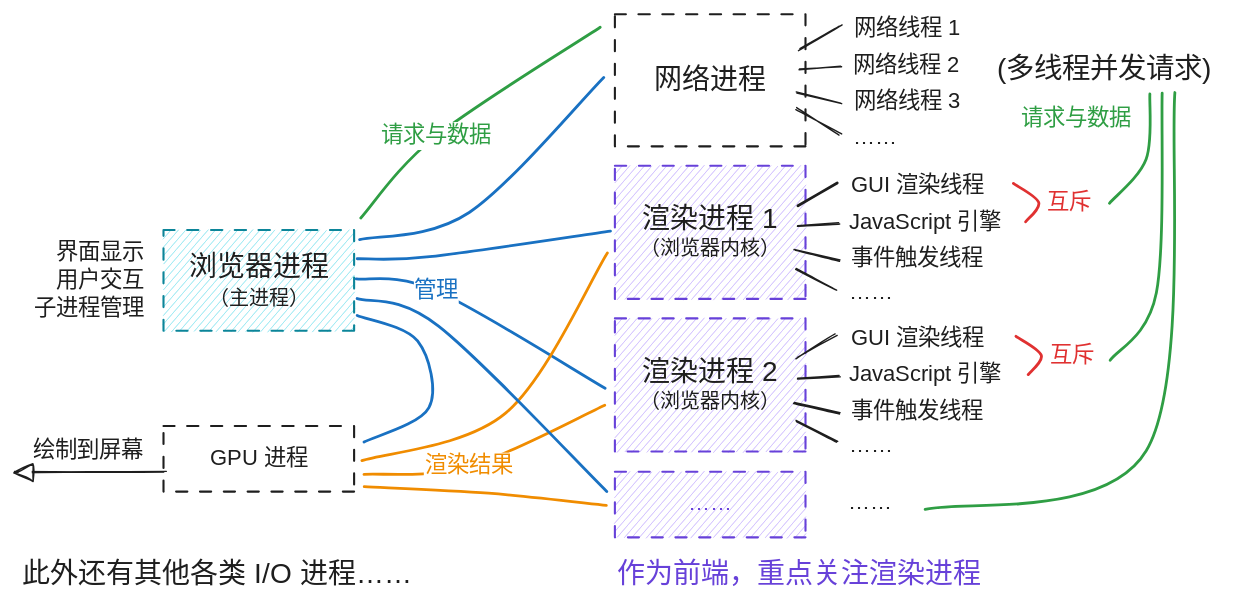
Before: 前端相关/浏览器原理/images/browser-process.svg, a diagram exported from Excalidraw (Linho1219/LinhoNotes). Source tidied: one line per element, renumbered; positions are measured from the earlier drawing's top-left corner, leaving out a move shared by most shapes. The source it was exported from:
```json
{"id": 0, "type": "rectangle", "strokeColor": "#0c8599", "backgroundColor": "#99e9f2", "fillStyle": "hachure", "strokeWidth": 1, "strokeStyle": "dashed", "roughness": 0, "x": 108, "y": 154, "width": 136, "height": 72}
{"id": 1, "type": "rectangle", "strokeColor": "#6741d9", "backgroundColor": "#d0bfff", "fillStyle": "hachure", "strokeWidth": 1, "strokeStyle": "dashed", "roughness": 0, "x": 430, "y": 217, "width": 136, "height": 95}
{"id": 2, "type": "rectangle", "strokeColor": "#6741d9", "backgroundColor": "#d0bfff", "fillStyle": "hachure", "strokeWidth": 1, "strokeStyle": "dashed", "roughness": 0, "x": 430, "y": 108, "width": 136, "height": 95}
{"id": 3, "type": "text", "text": "浏览器进程", "strokeColor": "#1e1e1e", "strokeWidth": 2, "strokeStyle": "dashed", "roughness": 0, "fontSize": 20, "fontFamily": 5, "textAlign": "center", "x": 126, "y": 169, "width": 100, "height": 25}
{"id": 4, "type": "text", "text": "网络进程", "strokeColor": "#1e1e1e", "strokeWidth": 2, "strokeStyle": "dashed", "roughness": 0, "fontSize": 20, "fontFamily": 5, "textAlign": "center", "x": 458, "y": 36, "width": 80, "height": 25}
{"id": 5, "type": "text", "text": "渲染进程 1", "strokeColor": "#1e1e1e", "strokeWidth": 2, "strokeStyle": "dashed", "roughness": 0, "fontSize": 20, "fontFamily": 5, "textAlign": "center", "x": 450, "y": 135, "width": 97, "height": 25}
{"id": 6, "type": "text", "text": "（主进程）", "strokeColor": "#1e1e1e", "strokeWidth": 2, "strokeStyle": "dashed", "roughness": 0, "fontSize": 14.29, "fontFamily": 5, "textAlign": "center", "x": 140, "y": 195, "width": 71, "height": 18}
{"id": 7, "type": "text", "text": "（浏览器内核）", "strokeColor": "#1e1e1e", "strokeWidth": 2, "strokeStyle": "dashed", "roughness": 0, "fontSize": 14.29, "fontFamily": 5, "textAlign": "center", "x": 448, "y": 160, "width": 100, "height": 18}
{"id": 8, "type": "rectangle", "strokeColor": "#1e1e1e", "strokeWidth": 1, "strokeStyle": "dashed", "roughness": 0, "x": 430, "y": 0, "width": 136, "height": 94}
{"id": 9, "type": "text", "text": "界面显示\n用户交互\n子进程管理", "strokeColor": "#1e1e1e", "strokeWidth": 1, "roughness": 1, "fontSize": 16, "fontFamily": 5, "textAlign": "right", "x": 13, "y": 161, "width": 80, "height": 60}
{"id": 10, "type": "text", "text": "网络线程 1", "strokeColor": "#1e1e1e", "strokeWidth": 1, "roughness": 1, "fontSize": 16, "fontFamily": 5, "x": 601, "y": 1, "width": 77, "height": 20}
{"id": 11, "type": "text", "text": "网络线程 2", "strokeColor": "#1e1e1e", "strokeWidth": 1, "roughness": 1, "fontSize": 16, "fontFamily": 5, "x": 600, "y": 27, "width": 82, "height": 20}
{"id": 12, "type": "text", "text": "网络线程 3", "strokeColor": "#1e1e1e", "strokeWidth": 1, "roughness": 1, "fontSize": 16, "fontFamily": 5, "x": 601, "y": 53, "width": 80, "height": 20}
{"id": 13, "type": "text", "text": "(多线程并发请求)", "strokeColor": "#1e1e1e", "strokeWidth": 1, "roughness": 1, "fontSize": 20.33, "fontFamily": 5, "x": 703, "y": 28, "width": 159, "height": 25}
{"id": 14, "type": "line", "strokeColor": "#1e1e1e", "strokeWidth": 1, "roughness": 1, "round": true, "x": 590, "y": 8, "width": 28, "height": 16, "points": [[0, 0], [-28, 16]]}
{"id": 15, "type": "line", "strokeColor": "#1e1e1e", "strokeWidth": 1, "roughness": 1, "round": true, "x": 592, "y": 37, "width": 30, "height": 2, "points": [[0, 0], [-30, 2]]}
{"id": 16, "type": "line", "strokeColor": "#1e1e1e", "strokeWidth": 1, "roughness": 1, "round": true, "x": 592, "y": 64, "width": 32, "height": 7, "points": [[0, 0], [-32, -7]]}
{"id": 17, "type": "text", "text": "GUI 渲染线程", "strokeColor": "#1e1e1e", "strokeWidth": 1, "roughness": 1, "fontSize": 16, "fontFamily": 5, "x": 599, "y": 113, "width": 103, "height": 20}
{"id": 18, "type": "text", "text": "JavaScript 引擎", "strokeColor": "#1e1e1e", "strokeWidth": 1, "roughness": 1, "fontSize": 16, "fontFamily": 5, "x": 597, "y": 139, "width": 120, "height": 20}
{"id": 19, "type": "text", "text": "事件触发线程", "strokeColor": "#1e1e1e", "strokeWidth": 1, "roughness": 1, "fontSize": 16, "fontFamily": 5, "x": 598, "y": 165, "width": 96, "height": 20}
{"id": 20, "type": "line", "strokeColor": "#1e1e1e", "strokeWidth": 2, "roughness": 0, "round": true, "x": 589, "y": 121, "width": 28, "height": 16, "points": [[0, 0], [-28, 16]]}
{"id": 21, "type": "line", "strokeColor": "#1e1e1e", "strokeWidth": 1, "roughness": 1, "round": true, "x": 590, "y": 149, "width": 30, "height": 2, "points": [[0, 0], [-30, 2]]}
{"id": 22, "type": "line", "strokeColor": "#1e1e1e", "strokeWidth": 1, "roughness": 1, "round": true, "x": 590, "y": 176, "width": 32, "height": 7, "points": [[0, 0], [-32, -7]]}
{"id": 23, "type": "line", "strokeColor": "#1e1e1e", "strokeWidth": 1, "roughness": 1, "round": true, "x": 591, "y": 86, "width": 31, "height": 19, "points": [[0, 0], [-31, -19]]}
{"id": 24, "type": "text", "text": "……", "strokeColor": "#1e1e1e", "strokeWidth": 1, "roughness": 1, "fontSize": 16, "fontFamily": 5, "x": 600, "y": 79, "width": 23, "height": 20}
{"id": 25, "type": "line", "strokeColor": "#1e1e1e", "strokeWidth": 1, "roughness": 1, "round": true, "x": 588, "y": 197, "width": 29, "height": 15, "points": [[0, 0], [-29, -15]]}
{"id": 26, "type": "text", "text": "……", "strokeColor": "#1e1e1e", "strokeWidth": 1, "roughness": 1, "fontSize": 16, "fontFamily": 5, "x": 597, "y": 190, "width": 23, "height": 20}
{"id": 27, "type": "text", "text": "渲染进程 2", "strokeColor": "#1e1e1e", "strokeWidth": 2, "strokeStyle": "dashed", "roughness": 0, "fontSize": 20, "fontFamily": 5, "textAlign": "center", "x": 447, "y": 244, "width": 102, "height": 25}
{"id": 28, "type": "text", "text": "（浏览器内核）", "strokeColor": "#1e1e1e", "strokeWidth": 2, "strokeStyle": "dashed", "roughness": 0, "fontSize": 14.29, "fontFamily": 5, "textAlign": "center", "x": 448, "y": 269, "width": 100, "height": 18}
{"id": 29, "type": "text", "text": "GUI 渲染线程", "strokeColor": "#1e1e1e", "strokeWidth": 1, "roughness": 1, "fontSize": 16, "fontFamily": 5, "x": 599, "y": 222, "width": 103, "height": 20}
{"id": 30, "type": "text", "text": "JavaScript 引擎", "strokeColor": "#1e1e1e", "strokeWidth": 1, "roughness": 1, "fontSize": 16, "fontFamily": 5, "x": 597, "y": 248, "width": 120, "height": 20}
{"id": 31, "type": "text", "text": "事件触发线程", "strokeColor": "#1e1e1e", "strokeWidth": 1, "roughness": 1, "fontSize": 16, "fontFamily": 5, "x": 598, "y": 274, "width": 96, "height": 20}
{"id": 32, "type": "line", "strokeColor": "#1e1e1e", "strokeWidth": 1, "roughness": 1, "round": true, "x": 589, "y": 230, "width": 28, "height": 16, "points": [[0, 0], [-28, 16]]}
{"id": 33, "type": "line", "strokeColor": "#1e1e1e", "strokeWidth": 1, "roughness": 1, "round": true, "x": 590, "y": 258, "width": 30, "height": 2, "points": [[0, 0], [-30, 2]]}
{"id": 34, "type": "line", "strokeColor": "#1e1e1e", "strokeWidth": 1, "roughness": 1, "round": true, "x": 590, "y": 285, "width": 32, "height": 7, "points": [[0, 0], [-32, -7]]}
{"id": 35, "type": "line", "strokeColor": "#1e1e1e", "strokeWidth": 1, "roughness": 1, "round": true, "x": 588, "y": 306, "width": 29, "height": 15, "points": [[0, 0], [-29, -15]]}
{"id": 36, "type": "text", "text": "……", "strokeColor": "#1e1e1e", "strokeWidth": 1, "roughness": 1, "fontSize": 16, "fontFamily": 5, "x": 597, "y": 299, "width": 23, "height": 20}
{"id": 37, "type": "arrow", "strokeColor": "#1971c2", "strokeWidth": 2, "roughness": 0, "round": true, "from": 0, "to": 2, "x": 246, "y": 175, "width": 181, "height": 20, "points": [[0, 0], [52, -1], [181, -20]]}
{"id": 38, "type": "arrow", "strokeColor": "#1971c2", "strokeWidth": 2, "roughness": 0, "round": true, "from": 0, "to": 1, "x": 245, "y": 189, "width": 178, "height": 78, "points": [[0, 0], [57, 9], [178, 78]]}
{"id": 39, "type": "text", "text": "管理", "strokeColor": "#1971c2", "strokeWidth": 2, "roughness": 0, "fontSize": 16, "fontFamily": 5, "textAlign": "center", "verticalAlign": "middle", "inside": 38, "x": 306, "y": 187, "width": 32, "height": 20}
{"id": 40, "type": "arrow", "strokeColor": "#1971c2", "strokeWidth": 2, "roughness": 0, "round": true, "from": 0, "to": 8, "x": 248, "y": 161, "width": 174, "height": 116, "points": [[0, 0], [78, -19], [174, -116]]}
{"id": 41, "type": "rectangle", "strokeColor": "#6741d9", "backgroundColor": "#d0bfff", "fillStyle": "hachure", "strokeWidth": 1, "strokeStyle": "dashed", "roughness": 0, "x": 430, "y": 327, "width": 136, "height": 47}
{"id": 42, "type": "text", "text": "……", "strokeColor": "#6741d9", "strokeWidth": 2, "roughness": 0, "fontSize": 16, "fontFamily": 5, "textAlign": "center", "verticalAlign": "middle", "inside": 41, "x": 487, "y": 340, "width": 23, "height": 20}
{"id": 43, "type": "rectangle", "strokeColor": "#1e1e1e", "strokeWidth": 1, "strokeStyle": "dashed", "roughness": 0, "x": 108, "y": 294, "width": 136, "height": 47}
{"id": 44, "type": "text", "text": "GPU 进程", "strokeColor": "#1e1e1e", "strokeWidth": 2, "roughness": 0, "fontSize": 16, "fontFamily": 5, "textAlign": "center", "verticalAlign": "middle", "inside": 43, "x": 139, "y": 308, "width": 74, "height": 20}
{"id": 45, "type": "line", "strokeColor": "#e03131", "strokeWidth": 2, "roughness": 0, "round": true, "x": 715, "y": 121, "width": 18, "height": 27, "points": [[0, 0], [18, 14], [9, 27]]}
{"id": 46, "type": "text", "text": "互斥", "strokeColor": "#e03131", "strokeWidth": 2, "roughness": 0, "fontSize": 16, "fontFamily": 5, "x": 739, "y": 125, "width": 32, "height": 20}
{"id": 47, "type": "line", "strokeColor": "#e03131", "strokeWidth": 2, "roughness": 0, "round": true, "x": 716, "y": 230, "width": 18, "height": 27, "points": [[0, 0], [18, 14], [9, 27]]}
{"id": 48, "type": "text", "text": "互斥", "strokeColor": "#e03131", "strokeWidth": 2, "roughness": 0, "fontSize": 16, "fontFamily": 5, "x": 741, "y": 234, "width": 32, "height": 20}
{"id": 49, "type": "arrow", "strokeColor": "#1971c2", "strokeWidth": 2, "roughness": 0, "round": true, "from": 0, "to": 43, "x": 246, "y": 215, "width": 51, "height": 90, "points": [[0, 0], [43, 18], [51, 66], [5, 90]]}
{"id": 50, "type": "line", "strokeColor": "#f08c00", "strokeWidth": 2, "roughness": 0, "round": true, "x": 425, "y": 171, "width": 175, "height": 148, "points": [[0, 0], [-72, 114], [-175, 148]]}
{"id": 51, "type": "line", "strokeColor": "#f08c00", "strokeWidth": 2, "roughness": 0, "round": true, "x": 251, "y": 337, "width": 173, "height": 13, "points": [[0, 0], [89, 5], [173, 13]]}
{"id": 52, "type": "arrow", "strokeColor": "#f08c00", "strokeWidth": 2, "roughness": 0, "round": true, "from": 1, "to": 43, "x": 423, "y": 279, "width": 172, "height": 49, "points": [[0, 0], [-97, 44], [-172, 49]]}
{"id": 53, "type": "text", "text": "渲染结果", "strokeColor": "#f08c00", "strokeWidth": 2, "roughness": 0, "fontSize": 16, "fontFamily": 5, "textAlign": "center", "verticalAlign": "middle", "inside": 52, "x": 293, "y": 332, "width": 64, "height": 20}
{"id": 54, "type": "arrow", "strokeColor": "#1971c2", "strokeWidth": 2, "roughness": 0, "round": true, "from": 0, "to": 41, "x": 246, "y": 203, "width": 178, "height": 138, "points": [[0, 0], [58, 20], [178, 138]]}
{"id": 55, "type": "arrow", "strokeColor": "#2f9e44", "strokeWidth": 2, "roughness": 0, "round": true, "from": 46, "to": 13, "x": 783, "y": 135, "width": 29, "height": 78, "points": [[0, 0], [26, -31], [29, -78]]}
{"id": 56, "type": "arrow", "strokeColor": "#2f9e44", "strokeWidth": 2, "roughness": 0, "round": true, "from": 13, "to": 48, "x": 821, "y": 56, "width": 37, "height": 191, "points": [[0, 0], [-4, 142], [-37, 191]]}
{"id": 57, "type": "arrow", "strokeColor": "#2f9e44", "strokeWidth": 2, "roughness": 0, "round": true, "from": 13, "x": 830, "y": 56, "width": 178, "height": 298, "points": [[0, 0], [-20, 256], [-178, 298]]}
{"id": 58, "type": "text", "text": "请求与数据", "strokeColor": "#2f9e44", "strokeWidth": 2, "roughness": 0, "fontSize": 16, "fontFamily": 5, "x": 720, "y": 65, "width": 80, "height": 20}
{"id": 59, "type": "arrow", "strokeColor": "#2f9e44", "strokeWidth": 2, "roughness": 0, "round": true, "from": 0, "to": 8, "x": 248, "y": 146, "width": 171, "height": 136, "points": [[0, 0], [54, -59], [171, -136]]}
{"id": 60, "type": "text", "text": "请求与数据", "strokeColor": "#2f9e44", "strokeWidth": 2, "roughness": 0, "fontSize": 16, "fontFamily": 5, "textAlign": "center", "verticalAlign": "middle", "inside": 59, "x": 262, "y": 77, "width": 80, "height": 20}
{"id": 61, "type": "arrow", "strokeColor": "#1e1e1e", "strokeWidth": 1, "roughness": 1, "endArrowhead": "triangle_outline", "round": true, "from": 62, "x": 108, "y": 327, "width": 108, "height": 1, "points": [[0, 0], [-108, 1]]}
{"id": 62, "type": "text", "text": "绘制到屏幕", "strokeColor": "#1e1e1e", "strokeWidth": 2, "roughness": 0, "fontSize": 16, "fontFamily": 5, "x": 15, "y": 302, "width": 80, "height": 20}
{"id": 63, "type": "text", "text": "此外还有其他各类 I/O 进程……", "strokeColor": "#1e1e1e", "strokeWidth": 1, "roughness": 1, "fontSize": 20, "fontFamily": 5, "x": 6, "y": 389, "width": 282, "height": 25}
{"id": 64, "type": "text", "text": "作为前端，重点关注渲染进程", "strokeColor": "#6741d9", "strokeWidth": 1, "roughness": 1, "fontSize": 20, "fontFamily": 5, "x": 431, "y": 389, "width": 260, "height": 25}
{"id": 65, "type": "text", "text": "……", "strokeColor": "#1e1e1e", "strokeWidth": 1, "roughness": 1, "fontSize": 16, "fontFamily": 5, "x": 597, "y": 339, "width": 23, "height": 20}
```
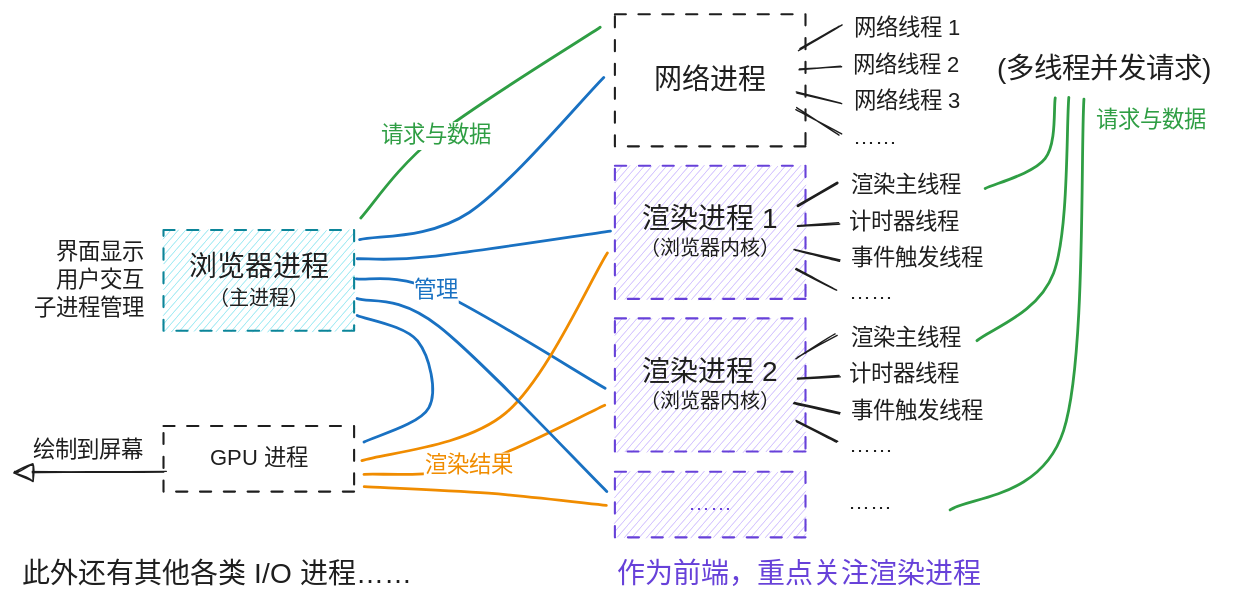
The same file after the commit.

Change to the diagram source:
```diff
@@ -15,8 +15,8 @@
 {"id": 14, "type": "line", "strokeColor": "#1e1e1e", "strokeWidth": 1, "roughness": 1, "round": true, "x": 590, "y": 8, "width": 28, "height": 16, "points": [[0, 0], [-28, 16]]}
 {"id": 15, "type": "line", "strokeColor": "#1e1e1e", "strokeWidth": 1, "roughness": 1, "round": true, "x": 592, "y": 37, "width": 30, "height": 2, "points": [[0, 0], [-30, 2]]}
 {"id": 16, "type": "line", "strokeColor": "#1e1e1e", "strokeWidth": 1, "roughness": 1, "round": true, "x": 592, "y": 64, "width": 32, "height": 7, "points": [[0, 0], [-32, -7]]}
-{"id": 17, "type": "text", "text": "GUI 渲染线程", "strokeColor": "#1e1e1e", "strokeWidth": 1, "roughness": 1, "fontSize": 16, "fontFamily": 5, "x": 599, "y": 113, "width": 103, "height": 20}
+{"id": 17, "type": "text", "text": "渲染主线程", "strokeColor": "#1e1e1e", "strokeWidth": 1, "roughness": 1, "fontSize": 16, "fontFamily": 5, "x": 599, "y": 113, "width": 80, "height": 20}
-{"id": 18, "type": "text", "text": "JavaScript 引擎", "strokeColor": "#1e1e1e", "strokeWidth": 1, "roughness": 1, "fontSize": 16, "fontFamily": 5, "x": 597, "y": 139, "width": 120, "height": 20}
+{"id": 18, "type": "text", "text": "计时器线程", "strokeColor": "#1e1e1e", "strokeWidth": 1, "roughness": 1, "fontSize": 16, "fontFamily": 5, "x": 597, "y": 139, "width": 80, "height": 20}
 {"id": 19, "type": "text", "text": "事件触发线程", "strokeColor": "#1e1e1e", "strokeWidth": 1, "roughness": 1, "fontSize": 16, "fontFamily": 5, "x": 598, "y": 165, "width": 96, "height": 20}
 {"id": 20, "type": "line", "strokeColor": "#1e1e1e", "strokeWidth": 2, "roughness": 0, "round": true, "x": 589, "y": 121, "width": 28, "height": 16, "points": [[0, 0], [-28, 16]]}
 {"id": 21, "type": "line", "strokeColor": "#1e1e1e", "strokeWidth": 1, "roughness": 1, "round": true, "x": 590, "y": 149, "width": 30, "height": 2, "points": [[0, 0], [-30, 2]]}
@@ -27,8 +27,8 @@
 {"id": 26, "type": "text", "text": "……", "strokeColor": "#1e1e1e", "strokeWidth": 1, "roughness": 1, "fontSize": 16, "fontFamily": 5, "x": 597, "y": 190, "width": 23, "height": 20}
 {"id": 27, "type": "text", "text": "渲染进程 2", "strokeColor": "#1e1e1e", "strokeWidth": 2, "strokeStyle": "dashed", "roughness": 0, "fontSize": 20, "fontFamily": 5, "textAlign": "center", "x": 447, "y": 244, "width": 102, "height": 25}
 {"id": 28, "type": "text", "text": "（浏览器内核）", "strokeColor": "#1e1e1e", "strokeWidth": 2, "strokeStyle": "dashed", "roughness": 0, "fontSize": 14.29, "fontFamily": 5, "textAlign": "center", "x": 448, "y": 269, "width": 100, "height": 18}
-{"id": 29, "type": "text", "text": "GUI 渲染线程", "strokeColor": "#1e1e1e", "strokeWidth": 1, "roughness": 1, "fontSize": 16, "fontFamily": 5, "x": 599, "y": 222, "width": 103, "height": 20}
+{"id": 29, "type": "text", "text": "渲染主线程", "strokeColor": "#1e1e1e", "strokeWidth": 1, "roughness": 1, "fontSize": 16, "fontFamily": 5, "x": 599, "y": 222, "width": 80, "height": 20}
-{"id": 30, "type": "text", "text": "JavaScript 引擎", "strokeColor": "#1e1e1e", "strokeWidth": 1, "roughness": 1, "fontSize": 16, "fontFamily": 5, "x": 597, "y": 248, "width": 120, "height": 20}
+{"id": 30, "type": "text", "text": "计时器线程", "strokeColor": "#1e1e1e", "strokeWidth": 1, "roughness": 1, "fontSize": 16, "fontFamily": 5, "x": 597, "y": 248, "width": 80, "height": 20}
 {"id": 31, "type": "text", "text": "事件触发线程", "strokeColor": "#1e1e1e", "strokeWidth": 1, "roughness": 1, "fontSize": 16, "fontFamily": 5, "x": 598, "y": 274, "width": 96, "height": 20}
 {"id": 32, "type": "line", "strokeColor": "#1e1e1e", "strokeWidth": 1, "roughness": 1, "round": true, "x": 589, "y": 230, "width": 28, "height": 16, "points": [[0, 0], [-28, 16]]}
 {"id": 33, "type": "line", "strokeColor": "#1e1e1e", "strokeWidth": 1, "roughness": 1, "round": true, "x": 590, "y": 258, "width": 30, "height": 2, "points": [[0, 0], [-30, 2]]}
@@ -43,20 +43,16 @@
 {"id": 42, "type": "text", "text": "……", "strokeColor": "#6741d9", "strokeWidth": 2, "roughness": 0, "fontSize": 16, "fontFamily": 5, "textAlign": "center", "verticalAlign": "middle", "inside": 41, "x": 487, "y": 340, "width": 23, "height": 20}
 {"id": 43, "type": "rectangle", "strokeColor": "#1e1e1e", "strokeWidth": 1, "strokeStyle": "dashed", "roughness": 0, "x": 108, "y": 294, "width": 136, "height": 47}
 {"id": 44, "type": "text", "text": "GPU 进程", "strokeColor": "#1e1e1e", "strokeWidth": 2, "roughness": 0, "fontSize": 16, "fontFamily": 5, "textAlign": "center", "verticalAlign": "middle", "inside": 43, "x": 139, "y": 308, "width": 74, "height": 20}
-{"id": 45, "type": "line", "strokeColor": "#e03131", "strokeWidth": 2, "roughness": 0, "round": true, "x": 715, "y": 121, "width": 18, "height": 27, "points": [[0, 0], [18, 14], [9, 27]]}
-{"id": 46, "type": "text", "text": "互斥", "strokeColor": "#e03131", "strokeWidth": 2, "roughness": 0, "fontSize": 16, "fontFamily": 5, "x": 739, "y": 125, "width": 32, "height": 20}
-{"id": 47, "type": "line", "strokeColor": "#e03131", "strokeWidth": 2, "roughness": 0, "round": true, "x": 716, "y": 230, "width": 18, "height": 27, "points": [[0, 0], [18, 14], [9, 27]]}
-{"id": 48, "type": "text", "text": "互斥", "strokeColor": "#e03131", "strokeWidth": 2, "roughness": 0, "fontSize": 16, "fontFamily": 5, "x": 741, "y": 234, "width": 32, "height": 20}
 {"id": 49, "type": "arrow", "strokeColor": "#1971c2", "strokeWidth": 2, "roughness": 0, "round": true, "from": 0, "to": 43, "x": 246, "y": 215, "width": 51, "height": 90, "points": [[0, 0], [43, 18], [51, 66], [5, 90]]}
 {"id": 50, "type": "line", "strokeColor": "#f08c00", "strokeWidth": 2, "roughness": 0, "round": true, "x": 425, "y": 171, "width": 175, "height": 148, "points": [[0, 0], [-72, 114], [-175, 148]]}
 {"id": 51, "type": "line", "strokeColor": "#f08c00", "strokeWidth": 2, "roughness": 0, "round": true, "x": 251, "y": 337, "width": 173, "height": 13, "points": [[0, 0], [89, 5], [173, 13]]}
 {"id": 52, "type": "arrow", "strokeColor": "#f08c00", "strokeWidth": 2, "roughness": 0, "round": true, "from": 1, "to": 43, "x": 423, "y": 279, "width": 172, "height": 49, "points": [[0, 0], [-97, 44], [-172, 49]]}
 {"id": 53, "type": "text", "text": "渲染结果", "strokeColor": "#f08c00", "strokeWidth": 2, "roughness": 0, "fontSize": 16, "fontFamily": 5, "textAlign": "center", "verticalAlign": "middle", "inside": 52, "x": 293, "y": 332, "width": 64, "height": 20}
 {"id": 54, "type": "arrow", "strokeColor": "#1971c2", "strokeWidth": 2, "roughness": 0, "round": true, "from": 0, "to": 41, "x": 246, "y": 203, "width": 178, "height": 138, "points": [[0, 0], [58, 20], [178, 138]]}
-{"id": 55, "type": "arrow", "strokeColor": "#2f9e44", "strokeWidth": 2, "roughness": 0, "round": true, "from": 46, "to": 13, "x": 783, "y": 135, "width": 29, "height": 78, "points": [[0, 0], [26, -31], [29, -78]]}
+{"id": 55, "type": "arrow", "strokeColor": "#2f9e44", "strokeWidth": 2, "roughness": 0, "round": true, "from": 17, "to": 13, "x": 694, "y": 124, "width": 50, "height": 65, "points": [[0, 0], [43, -21], [50, -65]]}
-{"id": 56, "type": "arrow", "strokeColor": "#2f9e44", "strokeWidth": 2, "roughness": 0, "round": true, "from": 13, "to": 48, "x": 821, "y": 56, "width": 37, "height": 191, "points": [[0, 0], [-4, 142], [-37, 191]]}
+{"id": 56, "type": "arrow", "strokeColor": "#2f9e44", "strokeWidth": 2, "roughness": 0, "round": true, "from": 13, "to": 29, "x": 754, "y": 59, "width": 66, "height": 174, "points": [[0, 0], [-11, 126], [-66, 174]]}
-{"id": 57, "type": "arrow", "strokeColor": "#2f9e44", "strokeWidth": 2, "roughness": 0, "round": true, "from": 13, "x": 830, "y": 56, "width": 178, "height": 298, "points": [[0, 0], [-20, 256], [-178, 298]]}
+{"id": 57, "type": "arrow", "strokeColor": "#2f9e44", "strokeWidth": 2, "roughness": 0, "round": true, "from": 13, "x": 765, "y": 61, "width": 96, "height": 293, "points": [[0, 0], [-15, 237], [-96, 293]]}
-{"id": 58, "type": "text", "text": "请求与数据", "strokeColor": "#2f9e44", "strokeWidth": 2, "roughness": 0, "fontSize": 16, "fontFamily": 5, "x": 720, "y": 65, "width": 80, "height": 20}
+{"id": 58, "type": "text", "text": "请求与数据", "strokeColor": "#2f9e44", "strokeWidth": 2, "roughness": 0, "fontSize": 16, "fontFamily": 5, "x": 773, "y": 66, "width": 80, "height": 20}
 {"id": 59, "type": "arrow", "strokeColor": "#2f9e44", "strokeWidth": 2, "roughness": 0, "round": true, "from": 0, "to": 8, "x": 248, "y": 146, "width": 171, "height": 136, "points": [[0, 0], [54, -59], [171, -136]]}
 {"id": 60, "type": "text", "text": "请求与数据", "strokeColor": "#2f9e44", "strokeWidth": 2, "roughness": 0, "fontSize": 16, "fontFamily": 5, "textAlign": "center", "verticalAlign": "middle", "inside": 59, "x": 262, "y": 77, "width": 80, "height": 20}
 {"id": 61, "type": "arrow", "strokeColor": "#1e1e1e", "strokeWidth": 1, "roughness": 1, "endArrowhead": "triangle_outline", "round": true, "from": 62, "x": 108, "y": 327, "width": 108, "height": 1, "points": [[0, 0], [-108, 1]]}
```
